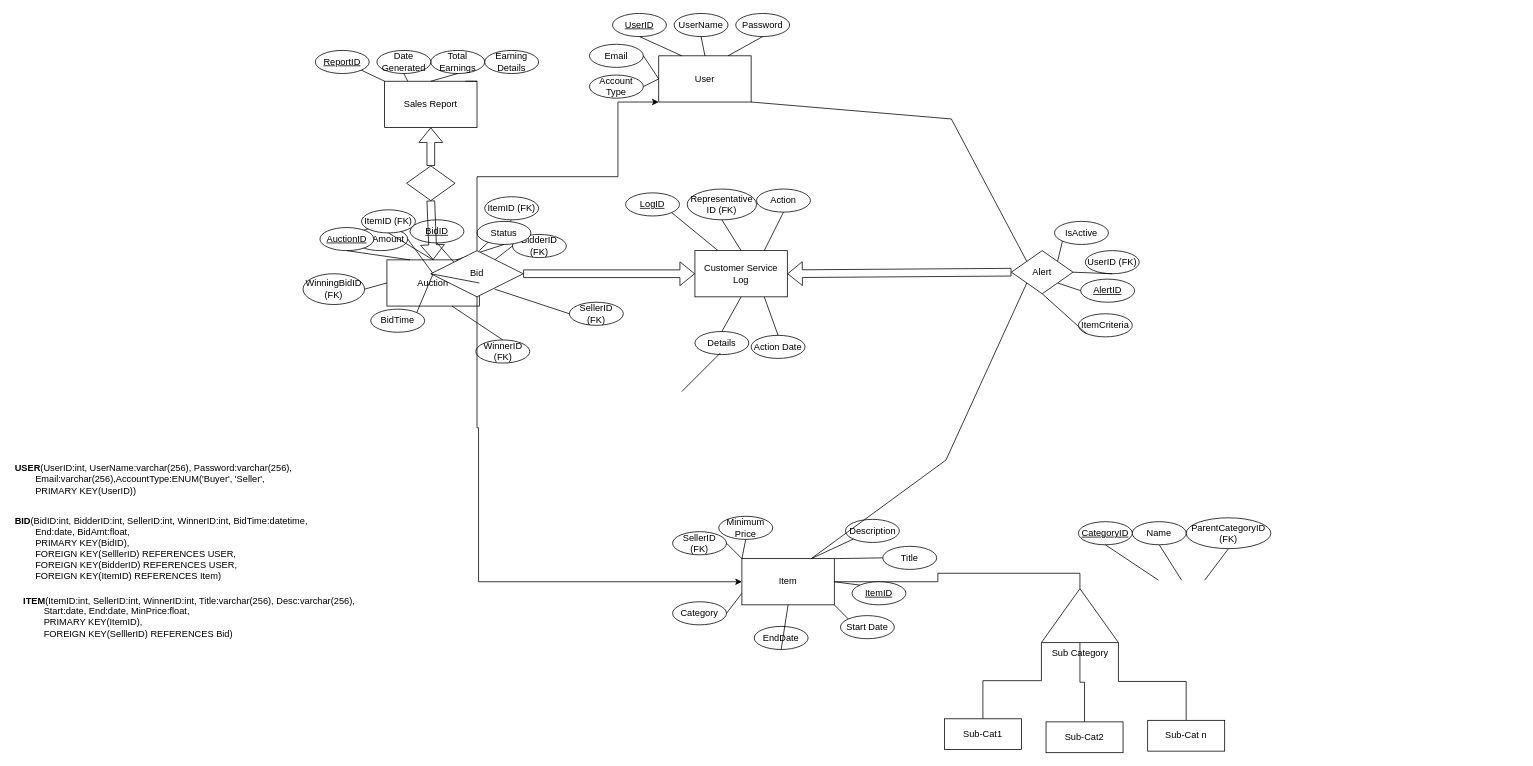
The draw.io diagram Project1ER.drawio in Swoopi/PrinInfo, before the edit. Source tidied: cells renumbered, new cells numbered last; positions are measured from the earlier drawing's top-left corner, leaving out a move shared by most shapes. Both pictures are drawn from the tidied source at 77%, with x=0, y=0 at pixel (13, 13).
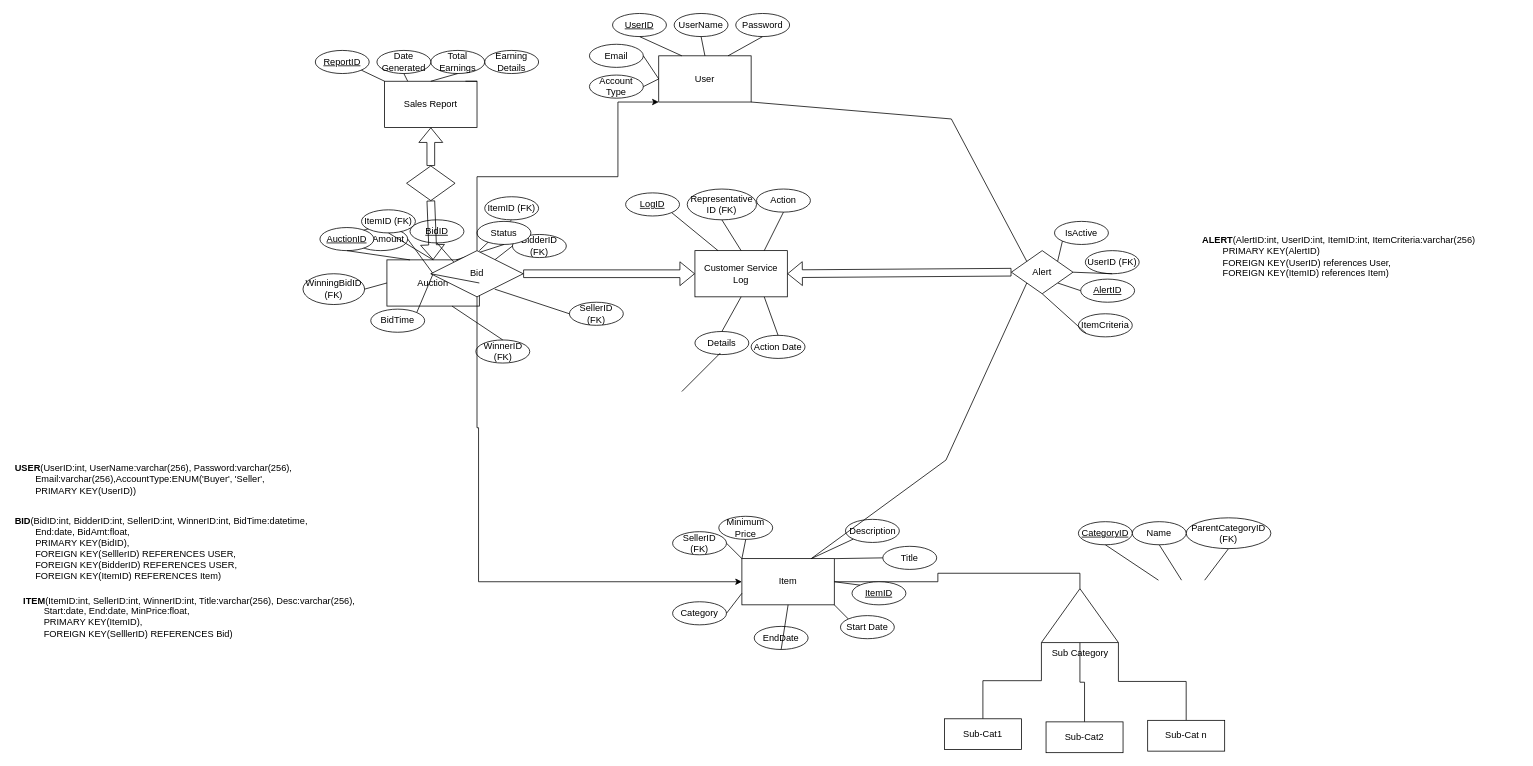
After the change.

Commit message:
Schema Added - Alert

Change to the diagram source:
```diff
@@
+    <mxCell id="112" value="&lt;b&gt;ALERT&lt;/b&gt;(AlertID:int, UserID:int, ItemID:int, ItemCriteria:varchar(256)&lt;div&gt;&lt;span style=&quot;white-space: pre;&quot;&gt;&#9;&lt;/span&gt;PRIMARY KEY(AlertID)&lt;/div&gt;&lt;div&gt;&lt;span style=&quot;white-space: pre;&quot;&gt;&#9;&lt;/span&gt;FOREIGN KEY(UserID) references User,&lt;/div&gt;&lt;div&gt;&lt;span style=&quot;white-space: pre;&quot;&gt;&#9;&lt;/span&gt;FOREIGN KEY(ItemID) references Item)&lt;br&gt;&lt;/div&gt;" style="text;html=1;align=left;verticalAlign=middle;whiteSpace=wrap;rounded=0;" parent="1" vertex="1">
+      <mxGeometry x="1542" y="291" width="415" height="50" as="geometry" />
+    </mxCell>
```
